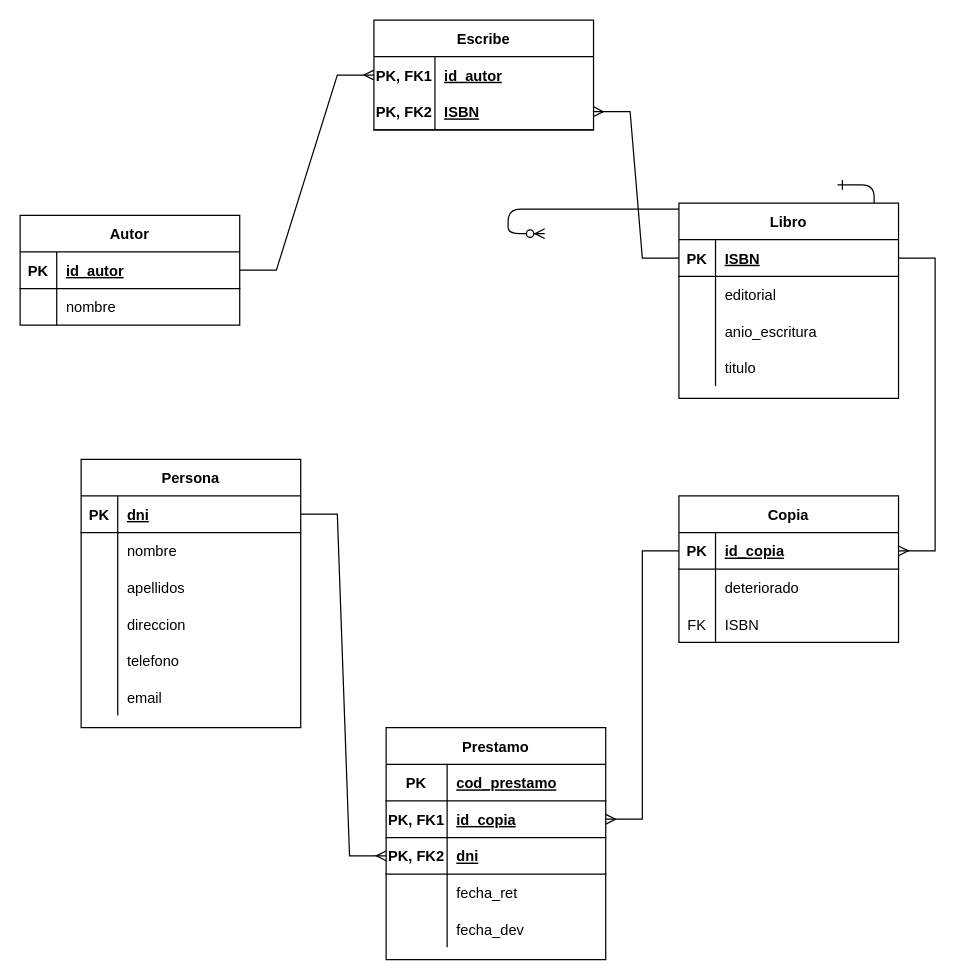
The draw.io diagram BBDD/Tema 8/Ejercicio 1.drawio in PedroPuertasR/1DAM.EV2, before the edit. Source tidied: cells renumbered, new cells numbered last; positions are measured from the earlier drawing's top-left corner, leaving out a move shared by most shapes. Both pictures are drawn from the tidied source at 122%, with x=0, y=0 at pixel (20, 20).
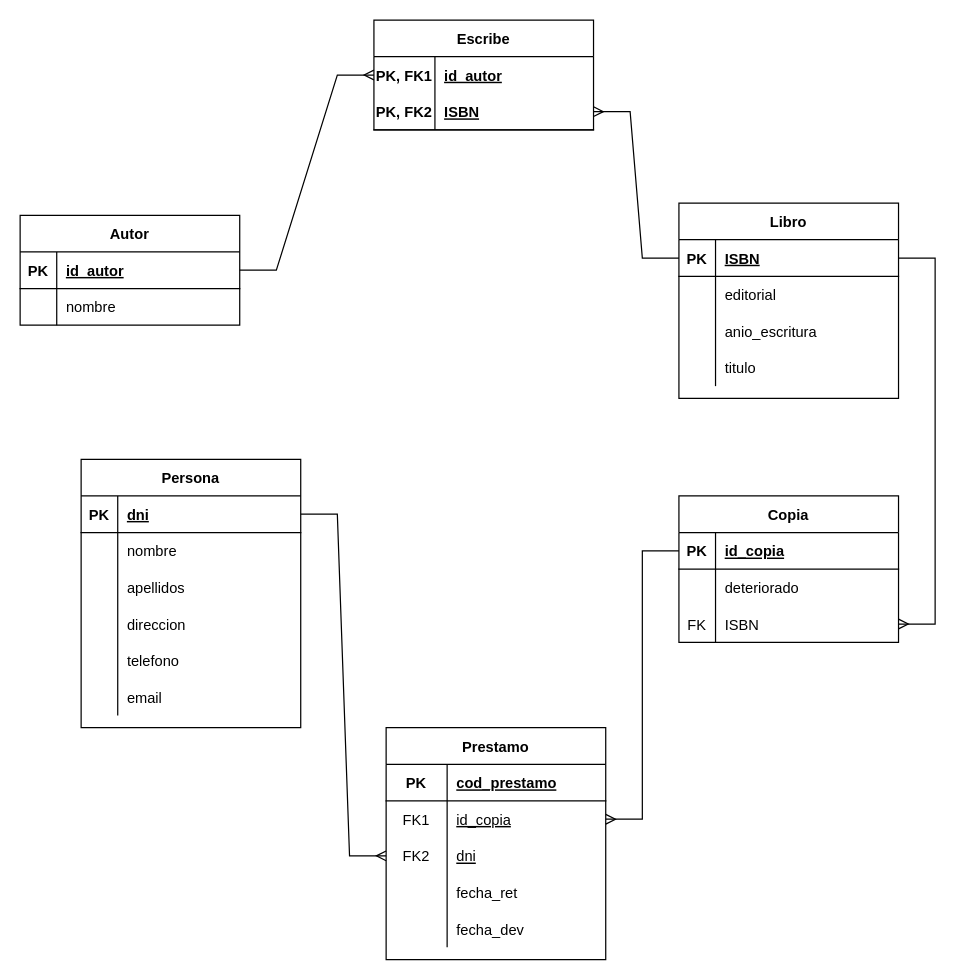
The same page after the edit.

Commit message (it also covers changes not shown here):
Soluciones ejercicio 2 del tema 8 de BBDD

The change refers to these unchanged cells:
```xml
<mxCell id="11" style="shape=tableRow;horizontal=0;startSize=0;swimlaneHead=0;swimlaneBody=0;fillColor=none;points=[[0,0.5],[1,0.5]];portConstraint=eastwest;top=0;left=0;right=0;bottom=1;" parent="10" vertex="1">
  <mxGeometry y="30" width="180" height="30" as="geometry" />
</mxCell>
<mxCell id="50" style="shape=tableRow;horizontal=0;startSize=0;swimlaneHead=0;swimlaneBody=0;fillColor=none;points=[[0,0.5],[1,0.5]];portConstraint=eastwest;top=0;left=0;right=0;bottom=1;" parent="49" vertex="1">
  <mxGeometry y="30" width="180" height="30" as="geometry" />
</mxCell>
<mxCell id="56" style="shape=tableRow;horizontal=0;startSize=0;swimlaneHead=0;swimlaneBody=0;fillColor=none;points=[[0,0.5],[1,0.5]];portConstraint=eastwest;top=0;left=0;right=0;bottom=0;" parent="49" vertex="1">
  <mxGeometry y="90" width="180" height="30" as="geometry" />
</mxCell>
<mxCell id="59" value="Prestamo" style="shape=table;startSize=30;childLayout=tableLayout;rowLines=0;fontStyle=1;align=center;fillColor=none;" parent="1" vertex="1">
  <mxGeometry x="300" y="580" width="180" height="190" as="geometry" />
</mxCell>
```

Diff of the diagram source:
```diff
@@
-    <mxCell id="2" style="edgeStyle=entityRelationEdgeStyle;endArrow=ERzeroToMany;startArrow=ERone;endFill=1;startFill=0;" parent="1" edge="1">
-      <mxGeometry relative="1" as="geometry">
-        <mxPoint x="670" y="135" as="sourcePoint" />
-        <mxPoint x="430" y="175" as="targetPoint" />
-      </mxGeometry>
-    </mxCell>
@@
-    <mxCell id="60" style="shape=tableRow;horizontal=0;startSize=0;swimlaneHead=0;swimlaneBody=0;fillColor=none;top=0;left=0;right=0;bottom=1;" parent="59" vertex="1">
+    <mxCell id="60" style="shape=tableRow;horizontal=0;startSize=0;swimlaneHead=0;swimlaneBody=0;fillColor=none;top=0;left=0;right=0;bottom=1;strokeColor=default;" parent="59" vertex="1">
       <mxGeometry y="30" width="180" height="30" as="geometry" />
     </mxCell>
@@
-    <mxCell id="63" style="shape=tableRow;horizontal=0;startSize=0;swimlaneHead=0;swimlaneBody=0;fillColor=none;points=[[0,0.5],[1,0.5]];portConstraint=eastwest;top=0;left=0;right=0;bottom=1;" parent="59" vertex="1">
+    <mxCell id="63" style="shape=tableRow;horizontal=0;startSize=0;swimlaneHead=0;swimlaneBody=0;fillColor=none;points=[[0,0.5],[1,0.5]];portConstraint=eastwest;top=0;left=0;right=0;bottom=1;strokeColor=none;" parent="59" vertex="1">
       <mxGeometry y="60" width="180" height="30" as="geometry" />
     </mxCell>
-    <mxCell id="64" value="PK, FK1" style="shape=partialRectangle;fillColor=none;top=0;left=0;bottom=0;right=0;fontStyle=1;overflow=hidden;" parent="63" vertex="1">
+    <mxCell id="64" value="FK1" style="shape=partialRectangle;fillColor=none;top=0;left=0;bottom=0;right=0;fontStyle=0;overflow=hidden;" parent="63" vertex="1">
       <mxGeometry width="50" height="30" as="geometry" />
     </mxCell>
-    <mxCell id="65" value="id_copia" style="shape=partialRectangle;fillColor=none;top=0;left=0;bottom=0;right=0;align=left;spacingLeft=6;fontStyle=5;overflow=hidden;" parent="63" vertex="1">
+    <mxCell id="65" value="id_copia" style="shape=partialRectangle;fillColor=none;top=0;left=0;bottom=0;right=0;align=left;spacingLeft=6;fontStyle=4;overflow=hidden;" parent="63" vertex="1">
       <mxGeometry x="50" width="130" height="30" as="geometry" />
     </mxCell>
-    <mxCell id="66" style="shape=tableRow;horizontal=0;startSize=0;swimlaneHead=0;swimlaneBody=0;fillColor=none;points=[[0,0.5],[1,0.5]];portConstraint=eastwest;top=0;left=0;right=0;bottom=1;" parent="59" vertex="1">
+    <mxCell id="66" style="shape=tableRow;horizontal=0;startSize=0;swimlaneHead=0;swimlaneBody=0;fillColor=none;points=[[0,0.5],[1,0.5]];portConstraint=eastwest;top=0;left=0;right=0;bottom=1;strokeColor=none;fontStyle=0;" parent="59" vertex="1">
       <mxGeometry y="90" width="180" height="30" as="geometry" />
     </mxCell>
-    <mxCell id="67" value="PK, FK2" style="shape=partialRectangle;fillColor=none;top=0;left=0;bottom=0;right=0;fontStyle=1;overflow=hidden;" parent="66" vertex="1">
+    <mxCell id="67" value="FK2" style="shape=partialRectangle;fillColor=none;top=0;left=0;bottom=0;right=0;fontStyle=0;overflow=hidden;" parent="66" vertex="1">
       <mxGeometry width="50" height="30" as="geometry" />
     </mxCell>
-    <mxCell id="68" value="dni" style="shape=partialRectangle;fillColor=none;top=0;left=0;bottom=0;right=0;align=left;spacingLeft=6;fontStyle=5;overflow=hidden;" parent="66" vertex="1">
+    <mxCell id="68" value="dni" style="shape=partialRectangle;fillColor=none;top=0;left=0;bottom=0;right=0;align=left;spacingLeft=6;fontStyle=4;overflow=hidden;" parent="66" vertex="1">
       <mxGeometry x="50" width="130" height="30" as="geometry" />
     </mxCell>
@@
-    <mxCell id="77" style="edgeStyle=entityRelationEdgeStyle;fontSize=12;html=1;endArrow=ERmany;rounded=0;entryX=1;entryY=0.5;entryDx=0;entryDy=0;" parent="1" edge="1" source="11" target="50">
+    <mxCell id="77" style="edgeStyle=entityRelationEdgeStyle;fontSize=12;html=1;endArrow=ERmany;rounded=0;entryX=1;entryY=0.5;entryDx=0;entryDy=0;" parent="1" edge="1" source="11" target="56">
       <mxGeometry relative="1" as="geometry" />
     </mxCell>
```
